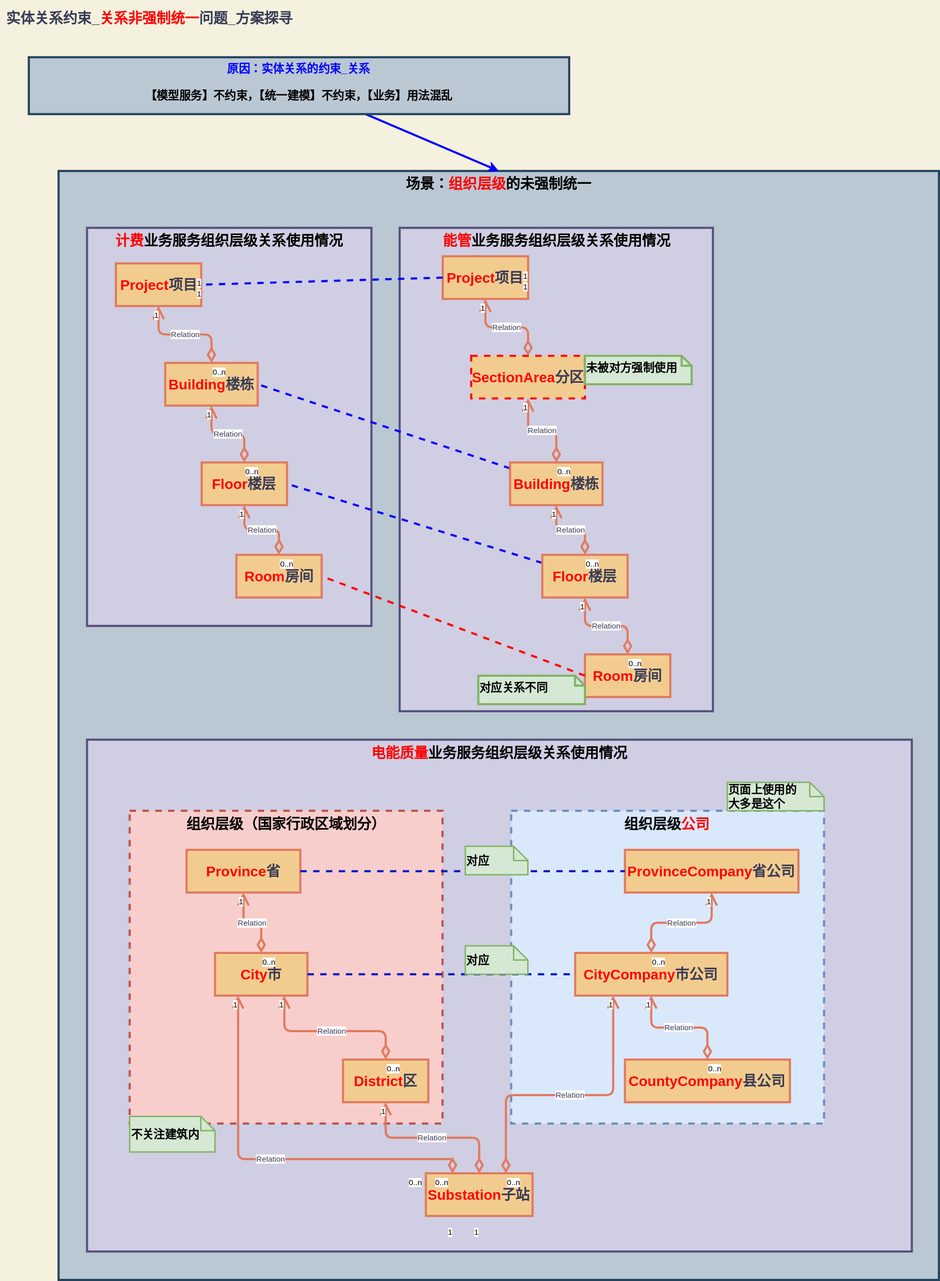
Before: src/main/resources/images/design/integrate/05_实体关系约束_关系非强制统一问题_方案探寻.svg, a diagram exported from draw.io (Jinhua-Lee/Learning). Source tidied: cells renumbered, new cells last; positions are measured from the earlier drawing's top-left corner, leaving out a move shared by most shapes.
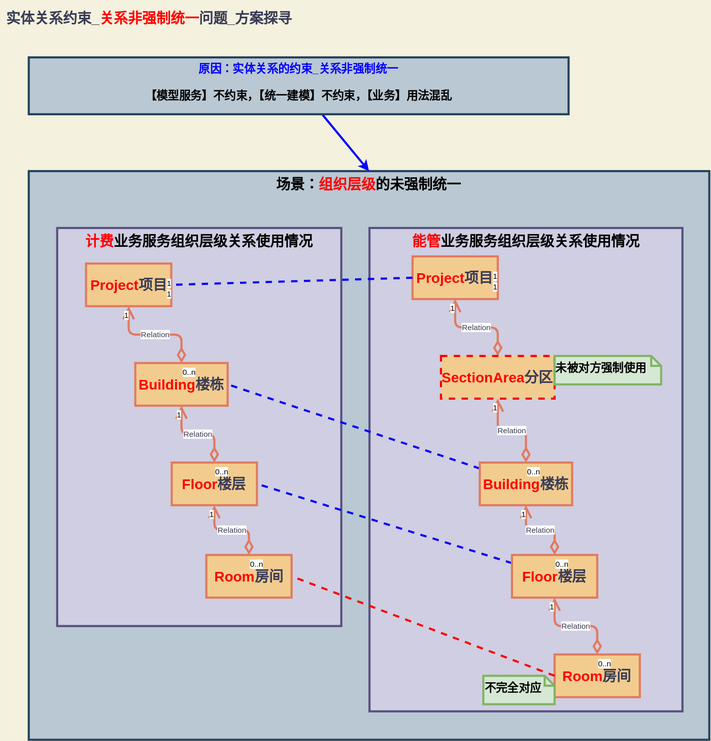
After the change.

Commit message:
[design-integrate] a. 完成实体关系的概要设计.

The edit, as a diff of the source:
```diff
@@ -3,10 +3,10 @@
     <mxCell id="0" />
     <mxCell id="1" parent="0" />
     <mxCell id="2" value="&lt;font style=&quot;font-size: 20px&quot;&gt;&lt;b&gt;实体关系约束_&lt;font color=&quot;#ff0000&quot;&gt;关系非强制统一&lt;/font&gt;问题_方案探寻&lt;/b&gt;&lt;/font&gt;" style="text;html=1;strokeColor=none;fillColor=none;align=center;verticalAlign=middle;whiteSpace=wrap;rounded=0;sketch=0;fontColor=#393C56;" parent="1" vertex="1">
-      <mxGeometry width="420" height="50" as="geometry" />
+      <mxGeometry x="41.9" width="420" height="50" as="geometry" />
     </mxCell>
     <mxCell id="3" value="&lt;span style=&quot;font-size: 20px&quot;&gt;&lt;b&gt;&lt;font color=&quot;#000000&quot;&gt;场景：&lt;/font&gt;&lt;font color=&quot;#ff0000&quot;&gt;组织层级&lt;/font&gt;&lt;font color=&quot;#000000&quot;&gt;的未强制统一&lt;/font&gt;&lt;/b&gt;&lt;/span&gt;" style="rounded=0;whiteSpace=wrap;html=1;sketch=0;strokeColor=#23445d;strokeWidth=3;fillColor=#bac8d3;verticalAlign=top;" parent="1" vertex="1">
-      <mxGeometry x="81.9" y="240" width="1238.1" height="1560" as="geometry" />
+      <mxGeometry x="81.9" y="240" width="958.1" height="800" as="geometry" />
     </mxCell>
     <mxCell id="4" value="&lt;b&gt;&lt;font style=&quot;font-size: 20px&quot;&gt;&lt;font color=&quot;#ff0000&quot;&gt;计费&lt;/font&gt;业务服务组织层级关系使用情况&lt;/font&gt;&lt;/b&gt;" style="rounded=0;whiteSpace=wrap;html=1;sketch=0;strokeColor=#56517e;strokeWidth=3;fillColor=#d0cee2;verticalAlign=top;" parent="1" vertex="1">
       <mxGeometry x="121.9" y="320" width="400" height="560" as="geometry" />
@@ -131,156 +131,14 @@
     <mxCell id="44" style="edgeStyle=none;sketch=0;jettySize=auto;html=1;entryX=0.5;entryY=0;entryDx=0;entryDy=0;endFill=1;strokeColor=#0000FF;strokeWidth=3;fillColor=#F2CC8F;fontColor=#393C56;" parent="1" edge="1" source="45" target="3">
       <mxGeometry relative="1" as="geometry" />
     </mxCell>
-    <mxCell id="45" value="&lt;font style=&quot;font-size: 16px&quot;&gt;&lt;b&gt;&lt;font color=&quot;#0000ff&quot;&gt;原因：实体关系的约束_关系&lt;br&gt;&lt;/font&gt;&lt;br&gt;【模型服务】不约束，【统一建模】不约束，【业务】用法混乱&lt;br&gt;&lt;/b&gt;&lt;/font&gt;" style="rounded=0;whiteSpace=wrap;html=1;sketch=0;strokeColor=#23445d;strokeWidth=3;fillColor=#bac8d3;verticalAlign=top;" parent="1" vertex="1">
-      <mxGeometry x="40" y="80" width="760" height="80" as="geometry" />
+    <mxCell id="45" value="&lt;font style=&quot;font-size: 16px&quot;&gt;&lt;b&gt;&lt;font color=&quot;#0000ff&quot;&gt;原因：实体关系的约束_关系非强制统一&lt;br&gt;&lt;/font&gt;&lt;br&gt;【模型服务】不约束，【统一建模】不约束，【业务】用法混乱&lt;br&gt;&lt;/b&gt;&lt;/font&gt;" style="rounded=0;whiteSpace=wrap;html=1;sketch=0;strokeColor=#23445d;strokeWidth=3;fillColor=#bac8d3;verticalAlign=top;" parent="1" vertex="1">
+      <mxGeometry x="81.9" y="80" width="760" height="80" as="geometry" />
     </mxCell>
     <mxCell id="46" style="edgeStyle=none;sketch=0;jettySize=auto;html=1;entryX=1;entryY=0.5;entryDx=0;entryDy=0;dashed=1;endArrow=none;endFill=0;strokeWidth=3;fillColor=#F2CC8F;fontColor=#393C56;exitX=0;exitY=0.5;exitDx=0;exitDy=0;strokeColor=#FF0000;" parent="1" edge="1" source="26" target="8">
       <mxGeometry relative="1" as="geometry" />
     </mxCell>
-    <mxCell id="47" value="&lt;font style=&quot;font-size: 16px&quot;&gt;&lt;b&gt;对应关系不同&lt;/b&gt;&lt;/font&gt;" style="shape=note;whiteSpace=wrap;html=1;size=14;verticalAlign=middle;align=left;spacingTop=-6;rounded=0;sketch=0;strokeColor=#82b366;strokeWidth=3;fillColor=#d5e8d4;" parent="1" vertex="1">
-      <mxGeometry x="672.2" y="950" width="150" height="40" as="geometry" />
+    <mxCell id="47" value="&lt;span style=&quot;font-size: 16px&quot;&gt;&lt;b&gt;不完全对应&lt;/b&gt;&lt;/span&gt;" style="shape=note;whiteSpace=wrap;html=1;size=14;verticalAlign=middle;align=left;spacingTop=-6;rounded=0;sketch=0;strokeColor=#82b366;strokeWidth=3;fillColor=#d5e8d4;" parent="1" vertex="1">
+      <mxGeometry x="721.9" y="950" width="100.3" height="40" as="geometry" />
     </mxCell>
-    <mxCell id="48" value="&lt;b&gt;&lt;font style=&quot;font-size: 20px&quot;&gt;&lt;font color=&quot;#ff0000&quot;&gt;电能质量&lt;/font&gt;业务服务组织层级关系使用情况&lt;/font&gt;&lt;/b&gt;" style="rounded=0;whiteSpace=wrap;html=1;sketch=0;strokeColor=#56517e;strokeWidth=3;fillColor=#d0cee2;verticalAlign=top;" parent="1" vertex="1">
-      <mxGeometry x="121.9" y="1040" width="1160" height="720" as="geometry" />
-    </mxCell>
-    <mxCell id="49" value="&lt;font style=&quot;font-size: 20px&quot;&gt;&lt;b&gt;组织层级（国家行政区域划分）&lt;/b&gt;&lt;/font&gt;" style="rounded=0;whiteSpace=wrap;html=1;sketch=0;strokeColor=#b85450;strokeWidth=3;fillColor=#f8cecc;dashed=1;verticalAlign=top;" parent="1" vertex="1">
-      <mxGeometry x="181.9" y="1140" width="440" height="440" as="geometry" />
-    </mxCell>
-    <mxCell id="50" value="&lt;font style=&quot;font-size: 20px&quot;&gt;&lt;b&gt;&lt;font color=&quot;#ff0000&quot;&gt;City&lt;/font&gt;市&lt;/b&gt;&lt;/font&gt;" style="rounded=0;whiteSpace=wrap;html=1;sketch=0;strokeColor=#E07A5F;fillColor=#F2CC8F;fontColor=#393C56;strokeWidth=3;" parent="1" vertex="1">
-      <mxGeometry x="301.9" y="1340" width="130" height="60" as="geometry" />
-    </mxCell>
-    <mxCell id="51" value="&lt;font style=&quot;font-size: 20px&quot;&gt;&lt;b&gt;&lt;font color=&quot;#ff0000&quot;&gt;District&lt;/font&gt;区&lt;/b&gt;&lt;/font&gt;" style="rounded=0;whiteSpace=wrap;html=1;sketch=0;strokeColor=#E07A5F;fillColor=#F2CC8F;fontColor=#393C56;strokeWidth=3;" parent="1" vertex="1">
-      <mxGeometry x="481.9" y="1490" width="120" height="60" as="geometry" />
-    </mxCell>
-    <mxCell id="52" value="&lt;font style=&quot;font-size: 20px&quot;&gt;&lt;b&gt;&lt;font color=&quot;#ff0000&quot;&gt;Substation&lt;/font&gt;子站&lt;/b&gt;&lt;/font&gt;" style="rounded=0;whiteSpace=wrap;html=1;sketch=0;strokeColor=#E07A5F;fillColor=#F2CC8F;fontColor=#393C56;strokeWidth=3;" parent="1" vertex="1">
-      <mxGeometry x="598.4" y="1650" width="150" height="60" as="geometry" />
-    </mxCell>
-    <mxCell id="53" value="Relation" style="endArrow=open;html=1;endSize=12;startArrow=diamondThin;startSize=14;startFill=0;edgeStyle=orthogonalEdgeStyle;strokeColor=#E07A5F;strokeWidth=3;fillColor=#F2CC8F;fontColor=#393C56;entryX=0.75;entryY=1;entryDx=0;entryDy=0;exitX=0.5;exitY=0;exitDx=0;exitDy=0;" parent="1" edge="1" source="51" target="50">
-      <mxGeometry relative="1" as="geometry">
-        <Array as="points">
-          <mxPoint x="541.9" y="1450" />
-          <mxPoint x="399.9" y="1450" />
-        </Array>
-      </mxGeometry>
-    </mxCell>
-    <mxCell id="54" value="0..n" style="edgeLabel;html=1;align=left;verticalAlign=top;" parent="53" vertex="1">
-      <mxGeometry x="-1" relative="1" as="geometry" />
-    </mxCell>
-    <mxCell id="55" value="1" style="edgeLabel;html=1;align=right;verticalAlign=top;" parent="53" vertex="1">
-      <mxGeometry x="1" relative="1" as="geometry" />
-    </mxCell>
-    <mxCell id="56" value="Relation" style="endArrow=open;html=1;endSize=12;startArrow=diamondThin;startSize=14;startFill=0;edgeStyle=orthogonalEdgeStyle;strokeColor=#E07A5F;strokeWidth=3;fillColor=#F2CC8F;fontColor=#393C56;entryX=0.5;entryY=1;entryDx=0;entryDy=0;exitX=0.5;exitY=0;exitDx=0;exitDy=0;" parent="1" edge="1" source="52" target="51">
-      <mxGeometry relative="1" as="geometry" />
-    </mxCell>
-    <mxCell id="57" value="0..n" style="edgeLabel;html=1;align=left;verticalAlign=top;" parent="56" vertex="1">
-      <mxGeometry x="-1" relative="1" as="geometry">
-        <mxPoint x="-63.4" as="offset" />
-      </mxGeometry>
-    </mxCell>
-    <mxCell id="58" value="1" style="edgeLabel;html=1;align=right;verticalAlign=top;" parent="56" vertex="1">
-      <mxGeometry x="1" relative="1" as="geometry" />
-    </mxCell>
-    <mxCell id="59" value="1" style="edgeLabel;html=1;align=right;verticalAlign=top;" parent="56" vertex="1">
-      <mxGeometry x="1" relative="1" as="geometry">
-        <mxPoint x="509.6" y="-210" as="offset" />
-      </mxGeometry>
-    </mxCell>
-    <mxCell id="60" value="&lt;font style=&quot;font-size: 20px&quot;&gt;&lt;b&gt;&lt;font color=&quot;#ff0000&quot;&gt;Province&lt;/font&gt;省&lt;/b&gt;&lt;/font&gt;" style="rounded=0;whiteSpace=wrap;html=1;sketch=0;strokeColor=#E07A5F;fillColor=#F2CC8F;fontColor=#393C56;strokeWidth=3;" parent="1" vertex="1">
-      <mxGeometry x="261.9" y="1195" width="160" height="60" as="geometry" />
-    </mxCell>
-    <mxCell id="61" value="Relation" style="endArrow=open;html=1;endSize=12;startArrow=diamondThin;startSize=14;startFill=0;edgeStyle=orthogonalEdgeStyle;strokeColor=#E07A5F;strokeWidth=3;fillColor=#F2CC8F;fontColor=#393C56;entryX=0.5;entryY=1;entryDx=0;entryDy=0;" parent="1" edge="1" source="50" target="60">
-      <mxGeometry relative="1" as="geometry" />
-    </mxCell>
-    <mxCell id="62" value="0..n" style="edgeLabel;html=1;align=left;verticalAlign=top;" parent="61" vertex="1">
-      <mxGeometry x="-1" relative="1" as="geometry" />
-    </mxCell>
-    <mxCell id="63" value="1" style="edgeLabel;html=1;align=right;verticalAlign=top;" parent="61" vertex="1">
-      <mxGeometry x="1" relative="1" as="geometry" />
-    </mxCell>
-    <mxCell id="64" value="&lt;span style=&quot;font-size: 16px&quot;&gt;&lt;b&gt;不关注建筑内&lt;/b&gt;&lt;/span&gt;" style="shape=note;strokeWidth=2;fontSize=14;size=20;whiteSpace=wrap;html=1;fillColor=#d5e8d4;strokeColor=#82b366;rounded=0;sketch=0;align=left;" parent="1" vertex="1">
-      <mxGeometry x="181.9" y="1570" width="120" height="50" as="geometry" />
-    </mxCell>
-    <mxCell id="65" value="&lt;font style=&quot;font-size: 20px&quot;&gt;&lt;b&gt;组织层级&lt;font color=&quot;#ff0000&quot;&gt;公司&lt;/font&gt;&lt;/b&gt;&lt;/font&gt;" style="rounded=0;whiteSpace=wrap;html=1;sketch=0;strokeColor=#6c8ebf;strokeWidth=3;fillColor=#dae8fc;dashed=1;verticalAlign=top;" parent="1" vertex="1">
-      <mxGeometry x="718.4" y="1140" width="440" height="440" as="geometry" />
-    </mxCell>
-    <mxCell id="66" value="1" style="edgeLabel;html=1;align=right;verticalAlign=top;" parent="1" vertex="1">
-      <mxGeometry x="673.4" y="1720" as="geometry" />
-    </mxCell>
-    <mxCell id="67" value="&lt;font style=&quot;font-size: 20px&quot;&gt;&lt;b&gt;&lt;font color=&quot;#ff0000&quot;&gt;CityCompany&lt;/font&gt;市公司&lt;/b&gt;&lt;/font&gt;" style="rounded=0;whiteSpace=wrap;html=1;sketch=0;strokeColor=#E07A5F;fillColor=#F2CC8F;fontColor=#393C56;strokeWidth=3;" parent="1" vertex="1">
-      <mxGeometry x="808.4" y="1340" width="214" height="60" as="geometry" />
-    </mxCell>
-    <mxCell id="68" value="&lt;font style=&quot;font-size: 20px&quot;&gt;&lt;b&gt;&lt;font color=&quot;#ff0000&quot;&gt;CountyCompany&lt;/font&gt;县公司&lt;/b&gt;&lt;/font&gt;" style="rounded=0;whiteSpace=wrap;html=1;sketch=0;strokeColor=#E07A5F;fillColor=#F2CC8F;fontColor=#393C56;strokeWidth=3;" parent="1" vertex="1">
-      <mxGeometry x="878.4" y="1490" width="232" height="60" as="geometry" />
-    </mxCell>
-    <mxCell id="69" value="Relation" style="endArrow=open;html=1;endSize=12;startArrow=diamondThin;startSize=14;startFill=0;edgeStyle=orthogonalEdgeStyle;strokeColor=#E07A5F;strokeWidth=3;fillColor=#F2CC8F;fontColor=#393C56;entryX=0.5;entryY=1;entryDx=0;entryDy=0;" parent="1" edge="1" source="68" target="67">
-      <mxGeometry relative="1" as="geometry" />
-    </mxCell>
-    <mxCell id="70" value="0..n" style="edgeLabel;html=1;align=left;verticalAlign=top;" parent="69" vertex="1">
-      <mxGeometry x="-1" relative="1" as="geometry" />
-    </mxCell>
-    <mxCell id="71" value="1" style="edgeLabel;html=1;align=right;verticalAlign=top;" parent="69" vertex="1">
-      <mxGeometry x="1" relative="1" as="geometry" />
-    </mxCell>
-    <mxCell id="72" value="&lt;font style=&quot;font-size: 20px&quot;&gt;&lt;b&gt;&lt;font color=&quot;#ff0000&quot;&gt;ProvinceCompany&lt;/font&gt;省公司&lt;/b&gt;&lt;/font&gt;" style="rounded=0;whiteSpace=wrap;html=1;sketch=0;strokeColor=#E07A5F;fillColor=#F2CC8F;fontColor=#393C56;strokeWidth=3;" parent="1" vertex="1">
-      <mxGeometry x="878.4" y="1195" width="244" height="60" as="geometry" />
-    </mxCell>
-    <mxCell id="73" value="Relation" style="endArrow=open;html=1;endSize=12;startArrow=diamondThin;startSize=14;startFill=0;edgeStyle=orthogonalEdgeStyle;strokeColor=#E07A5F;strokeWidth=3;fillColor=#F2CC8F;fontColor=#393C56;entryX=0.5;entryY=1;entryDx=0;entryDy=0;" parent="1" edge="1" source="67" target="72">
-      <mxGeometry relative="1" as="geometry" />
-    </mxCell>
-    <mxCell id="74" value="0..n" style="edgeLabel;html=1;align=left;verticalAlign=top;" parent="73" vertex="1">
-      <mxGeometry x="-1" relative="1" as="geometry" />
-    </mxCell>
-    <mxCell id="75" value="1" style="edgeLabel;html=1;align=right;verticalAlign=top;" parent="73" vertex="1">
-      <mxGeometry x="1" relative="1" as="geometry" />
-    </mxCell>
-    <mxCell id="76" style="edgeStyle=orthogonalEdgeStyle;curved=0;rounded=1;sketch=0;jettySize=auto;html=1;strokeColor=#001DBC;fillColor=#0050ef;fontColor=#393C56;endArrow=none;endFill=0;strokeWidth=3;dashed=1;" parent="1" edge="1" source="60" target="72">
-      <mxGeometry relative="1" as="geometry" />
-    </mxCell>
-    <mxCell id="77" value="&lt;span style=&quot;font-size: 16px&quot;&gt;&lt;b&gt;对应&lt;/b&gt;&lt;/span&gt;" style="shape=note;strokeWidth=2;fontSize=14;size=20;whiteSpace=wrap;html=1;fillColor=#d5e8d4;strokeColor=#82b366;rounded=0;sketch=0;align=left;" parent="1" vertex="1">
-      <mxGeometry x="653.9" y="1190" width="88" height="40" as="geometry" />
-    </mxCell>
-    <mxCell id="78" style="edgeStyle=orthogonalEdgeStyle;curved=0;rounded=1;sketch=0;jettySize=auto;html=1;strokeColor=#001DBC;fillColor=#0050ef;fontColor=#393C56;endArrow=none;endFill=0;strokeWidth=3;dashed=1;exitX=1;exitY=0.5;exitDx=0;exitDy=0;entryX=0;entryY=0.5;entryDx=0;entryDy=0;" parent="1" edge="1" source="50" target="67">
-      <mxGeometry relative="1" as="geometry" />
-    </mxCell>
-    <mxCell id="79" value="&lt;span style=&quot;font-size: 16px&quot;&gt;&lt;b&gt;对应&lt;/b&gt;&lt;/span&gt;" style="shape=note;strokeWidth=2;fontSize=14;size=20;whiteSpace=wrap;html=1;fillColor=#d5e8d4;strokeColor=#82b366;rounded=0;sketch=0;align=left;" parent="1" vertex="1">
-      <mxGeometry x="653.9" y="1330" width="88" height="40" as="geometry" />
-    </mxCell>
-    <mxCell id="80" value="Relation" style="endArrow=open;html=1;endSize=12;startArrow=diamondThin;startSize=14;startFill=0;edgeStyle=orthogonalEdgeStyle;strokeColor=#E07A5F;strokeWidth=3;fillColor=#F2CC8F;fontColor=#393C56;entryX=0.25;entryY=1;entryDx=0;entryDy=0;exitX=0.25;exitY=0;exitDx=0;exitDy=0;" parent="1" edge="1" source="52" target="50">
-      <mxGeometry relative="1" as="geometry">
-        <Array as="points">
-          <mxPoint x="636" y="1630" />
-          <mxPoint x="334" y="1630" />
-        </Array>
-      </mxGeometry>
-    </mxCell>
-    <mxCell id="81" value="0..n" style="edgeLabel;html=1;align=left;verticalAlign=top;" parent="80" vertex="1">
-      <mxGeometry x="-1" relative="1" as="geometry">
-        <mxPoint x="-63.4" as="offset" />
-      </mxGeometry>
-    </mxCell>
-    <mxCell id="82" value="1" style="edgeLabel;html=1;align=right;verticalAlign=top;" parent="80" vertex="1">
-      <mxGeometry x="1" relative="1" as="geometry" />
-    </mxCell>
-    <mxCell id="83" value="1" style="edgeLabel;html=1;align=right;verticalAlign=top;" parent="1" vertex="1">
-      <mxGeometry x="635.9" y="1719.5" as="geometry" />
-    </mxCell>
-    <mxCell id="84" value="Relation" style="endArrow=open;html=1;endSize=12;startArrow=diamondThin;startSize=14;startFill=0;edgeStyle=orthogonalEdgeStyle;strokeColor=#E07A5F;strokeWidth=3;fillColor=#F2CC8F;fontColor=#393C56;entryX=0.25;entryY=1;entryDx=0;entryDy=0;" parent="1" edge="1" target="67">
-      <mxGeometry relative="1" as="geometry">
-        <mxPoint x="711" y="1650" as="sourcePoint" />
-        <Array as="points">
-          <mxPoint x="711.4" y="1540" />
-          <mxPoint x="862.4" y="1540" />
-        </Array>
-      </mxGeometry>
-    </mxCell>
-    <mxCell id="85" value="0..n" style="edgeLabel;html=1;align=left;verticalAlign=top;" parent="84" vertex="1">
-      <mxGeometry x="-1" relative="1" as="geometry" />
-    </mxCell>
-    <mxCell id="86" value="1" style="edgeLabel;html=1;align=right;verticalAlign=top;" parent="84" vertex="1">
-      <mxGeometry x="1" relative="1" as="geometry" />
-    </mxCell>
-    <mxCell id="87" value="&lt;span style=&quot;font-size: 16px&quot;&gt;&lt;b&gt;页面上使用的&lt;br&gt;大多是这个&lt;/b&gt;&lt;/span&gt;" style="shape=note;strokeWidth=2;fontSize=14;size=20;whiteSpace=wrap;html=1;fillColor=#d5e8d4;strokeColor=#82b366;rounded=0;sketch=0;align=left;" parent="1" vertex="1">
-      <mxGeometry x="1022.4" y="1100" width="136" height="40" as="geometry" />
-    </mxCell>
   </root>
 </mxGraphModel>
```
